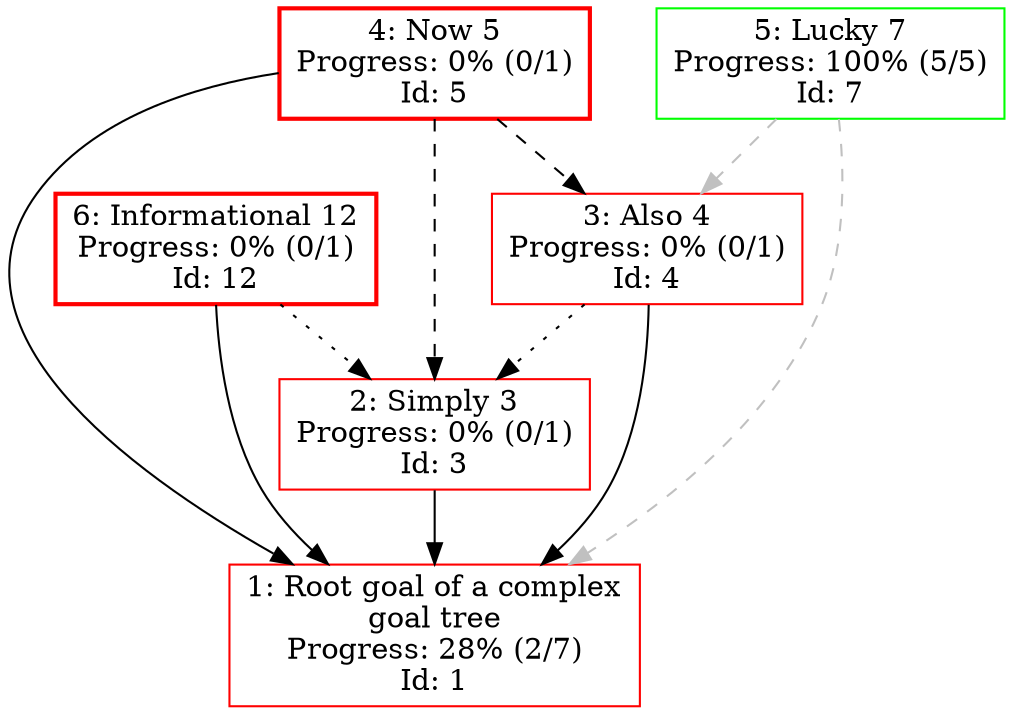
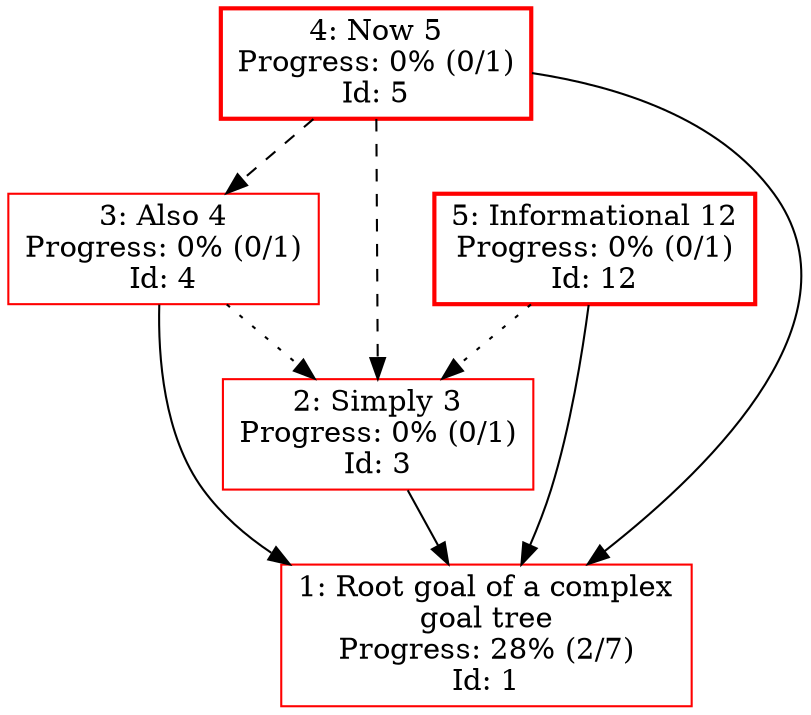
digraph g {
node [shape=box];
1 [label="1: Root goal of a complex
goal tree
Progress: 28% (2/7)
Id: 1", color=red];
2 [label="2: Simply 3
Progress: 0% (0/1)
Id: 3", color=red];
3 [label="3: Also 4
Progress: 0% (0/1)
Id: 4", color=red];
4 [label="4: Now 5
Progress: 0% (0/1)
Id: 5", color=red, style=bold];
- 5 [label="5: Lucky 7
- Progress: 100% (5/5)
- Id: 7", color=green];
- 6 [label="6: Informational 12
+ 5 [label="5: Informational 12
Progress: 0% (0/1)
Id: 12", color=red, style=bold];
2 -> 1 [color=black];
3 -> 1 [color=black];
4 -> 1 [color=black];
- 5 -> 1 [color=gray, style=dashed];
- 6 -> 1 [color=black];
+ 5 -> 1 [color=black];
3 -> 2 [color=black, style=dotted];
4 -> 2 [color=black, style=dashed];
- 6 -> 2 [color=black, style=dotted];
+ 5 -> 2 [color=black, style=dotted];
4 -> 3 [color=black, style=dashed];
- 5 -> 3 [color=gray, style=dashed];
}
